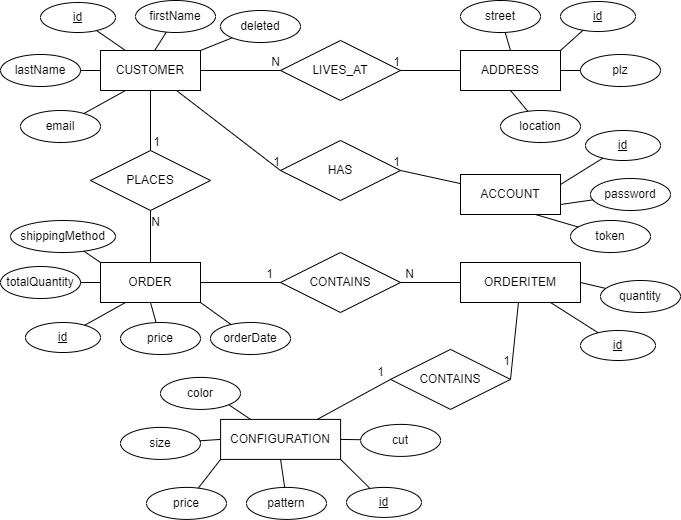
Earlier version of the draw.io export docs/diagrams/ER-Modell.png (mkfhnw/ShirtCreator). Source tidied: cells renumbered, new cells last; positions are measured from the earlier drawing's top-left corner, leaving out a move shared by most shapes. Its diagram source:
```xml
<mxGraphModel>
  <root>
    <mxCell id="0" />
    <mxCell id="1" parent="0" />
    <mxCell id="2" value="CUSTOMER" style="whiteSpace=wrap;html=1;align=center;" parent="1" vertex="1">
      <mxGeometry x="100" y="50" width="100" height="40" as="geometry" />
    </mxCell>
    <mxCell id="3" value="ORDER" style="whiteSpace=wrap;html=1;align=center;" parent="1" vertex="1">
      <mxGeometry x="100" y="262" width="100" height="40" as="geometry" />
    </mxCell>
    <mxCell id="4" value="CONFIGURATION" style="whiteSpace=wrap;html=1;align=center;" parent="1" vertex="1">
      <mxGeometry x="220.1" y="418.9" width="120" height="40" as="geometry" />
    </mxCell>
    <mxCell id="5" value="ADDRESS" style="whiteSpace=wrap;html=1;align=center;" parent="1" vertex="1">
      <mxGeometry x="460" y="50" width="100" height="40" as="geometry" />
    </mxCell>
    <mxCell id="6" value="id" style="ellipse;whiteSpace=wrap;html=1;align=center;fontStyle=4;" parent="1" vertex="1">
      <mxGeometry x="40" y="2" width="75" height="30" as="geometry" />
    </mxCell>
    <mxCell id="7" value="id" style="ellipse;whiteSpace=wrap;html=1;align=center;fontStyle=4;" parent="1" vertex="1">
      <mxGeometry x="25" y="322" width="75" height="30" as="geometry" />
    </mxCell>
    <mxCell id="8" value="id" style="ellipse;whiteSpace=wrap;html=1;align=center;fontStyle=4;" parent="1" vertex="1">
      <mxGeometry x="346" y="486.9" width="75" height="30" as="geometry" />
    </mxCell>
    <mxCell id="9" value="id" style="ellipse;whiteSpace=wrap;html=1;align=center;fontStyle=4;" parent="1" vertex="1">
      <mxGeometry x="560" y="1" width="75" height="30" as="geometry" />
    </mxCell>
    <mxCell id="10" value="street" style="ellipse;whiteSpace=wrap;html=1;align=center;" parent="1" vertex="1">
      <mxGeometry x="460" width="80" height="32" as="geometry" />
    </mxCell>
    <mxCell id="11" value="plz" style="ellipse;whiteSpace=wrap;html=1;align=center;" parent="1" vertex="1">
      <mxGeometry x="580" y="54" width="80" height="32" as="geometry" />
    </mxCell>
    <mxCell id="12" value="location" style="ellipse;whiteSpace=wrap;html=1;align=center;" parent="1" vertex="1">
      <mxGeometry x="500" y="110" width="80" height="32" as="geometry" />
    </mxCell>
    <mxCell id="13" value="firstName" style="ellipse;whiteSpace=wrap;html=1;align=center;" parent="1" vertex="1">
      <mxGeometry x="135" width="80" height="32" as="geometry" />
    </mxCell>
    <mxCell id="14" value="lastName" style="ellipse;whiteSpace=wrap;html=1;align=center;" parent="1" vertex="1">
      <mxGeometry y="54" width="80" height="32" as="geometry" />
    </mxCell>
    <mxCell id="15" value="email" style="ellipse;whiteSpace=wrap;html=1;align=center;" parent="1" vertex="1">
      <mxGeometry x="20" y="110" width="80" height="32" as="geometry" />
    </mxCell>
    <mxCell id="16" value="deleted" style="ellipse;whiteSpace=wrap;html=1;align=center;" parent="1" vertex="1">
      <mxGeometry x="220" y="10" width="80" height="32" as="geometry" />
    </mxCell>
    <mxCell id="17" value="cut" style="ellipse;whiteSpace=wrap;html=1;align=center;" parent="1" vertex="1">
      <mxGeometry x="360.1" y="423.9" width="80" height="32" as="geometry" />
    </mxCell>
    <mxCell id="18" value="color" style="ellipse;whiteSpace=wrap;html=1;align=center;" parent="1" vertex="1">
      <mxGeometry x="160" y="376.9" width="80" height="32" as="geometry" />
    </mxCell>
    <mxCell id="19" value="size" style="ellipse;whiteSpace=wrap;html=1;align=center;" parent="1" vertex="1">
      <mxGeometry x="120" y="426.9" width="80" height="32" as="geometry" />
    </mxCell>
    <mxCell id="20" value="pattern" style="ellipse;whiteSpace=wrap;html=1;align=center;" parent="1" vertex="1">
      <mxGeometry x="246" y="486.9" width="80" height="32" as="geometry" />
    </mxCell>
    <mxCell id="21" value="price" style="ellipse;whiteSpace=wrap;html=1;align=center;" parent="1" vertex="1">
      <mxGeometry x="146" y="486.9" width="80" height="32" as="geometry" />
    </mxCell>
    <mxCell id="22" value="totalQuantity" style="ellipse;whiteSpace=wrap;html=1;align=center;" parent="1" vertex="1">
      <mxGeometry y="266" width="80" height="32" as="geometry" />
    </mxCell>
    <mxCell id="23" value="shippingMethod" style="ellipse;whiteSpace=wrap;html=1;align=center;" parent="1" vertex="1">
      <mxGeometry x="10" y="220" width="105" height="32" as="geometry" />
    </mxCell>
    <mxCell id="24" value="price" style="ellipse;whiteSpace=wrap;html=1;align=center;" parent="1" vertex="1">
      <mxGeometry x="120" y="322" width="80" height="32" as="geometry" />
    </mxCell>
    <mxCell id="25" style="endArrow=none;html=1;rounded=0;entryX=0;entryY=0;entryDx=0;entryDy=0;" parent="1" edge="1" source="23" target="3">
      <mxGeometry relative="1" as="geometry" />
    </mxCell>
    <mxCell id="26" style="endArrow=none;html=1;rounded=0;entryX=0;entryY=0.5;entryDx=0;entryDy=0;" parent="1" edge="1" source="22" target="3">
      <mxGeometry relative="1" as="geometry" />
    </mxCell>
    <mxCell id="27" style="endArrow=none;html=1;rounded=0;entryX=0.25;entryY=1;entryDx=0;entryDy=0;" parent="1" edge="1" source="7" target="3">
      <mxGeometry relative="1" as="geometry" />
    </mxCell>
    <mxCell id="28" style="endArrow=none;html=1;rounded=0;entryX=0.5;entryY=1;entryDx=0;entryDy=0;" parent="1" edge="1" source="24" target="3">
      <mxGeometry relative="1" as="geometry" />
    </mxCell>
    <mxCell id="29" style="endArrow=none;html=1;rounded=0;entryX=0.25;entryY=0;entryDx=0;entryDy=0;" parent="1" edge="1" source="6" target="2">
      <mxGeometry relative="1" as="geometry" />
    </mxCell>
    <mxCell id="30" style="endArrow=none;html=1;rounded=0;entryX=0;entryY=0.5;entryDx=0;entryDy=0;" parent="1" edge="1" source="14" target="2">
      <mxGeometry relative="1" as="geometry" />
    </mxCell>
    <mxCell id="31" style="endArrow=none;html=1;rounded=0;entryX=0.25;entryY=1;entryDx=0;entryDy=0;" parent="1" edge="1" source="15" target="2">
      <mxGeometry relative="1" as="geometry" />
    </mxCell>
    <mxCell id="32" style="endArrow=none;html=1;rounded=0;entryX=0.541;entryY=0.004;entryDx=0;entryDy=0;entryPerimeter=0;" parent="1" edge="1" source="13" target="2">
      <mxGeometry relative="1" as="geometry" />
    </mxCell>
    <mxCell id="33" style="endArrow=none;html=1;rounded=0;entryX=1;entryY=0;entryDx=0;entryDy=0;" parent="1" edge="1" source="16" target="2">
      <mxGeometry relative="1" as="geometry" />
    </mxCell>
    <mxCell id="34" style="endArrow=none;html=1;rounded=0;entryX=0.5;entryY=0;entryDx=0;entryDy=0;" parent="1" edge="1" source="10" target="5">
      <mxGeometry relative="1" as="geometry" />
    </mxCell>
    <mxCell id="35" style="endArrow=none;html=1;rounded=0;entryX=1;entryY=0;entryDx=0;entryDy=0;" parent="1" edge="1" source="9" target="5">
      <mxGeometry relative="1" as="geometry" />
    </mxCell>
    <mxCell id="36" style="endArrow=none;html=1;rounded=0;entryX=1;entryY=0.5;entryDx=0;entryDy=0;" parent="1" edge="1" source="11" target="5">
      <mxGeometry relative="1" as="geometry" />
    </mxCell>
    <mxCell id="37" style="endArrow=none;html=1;rounded=0;entryX=0.5;entryY=1;entryDx=0;entryDy=0;" parent="1" edge="1" source="12" target="5">
      <mxGeometry relative="1" as="geometry" />
    </mxCell>
    <mxCell id="38" style="endArrow=none;html=1;rounded=0;entryX=0;entryY=0.5;entryDx=0;entryDy=0;" parent="1" edge="1" source="19" target="4">
      <mxGeometry relative="1" as="geometry" />
    </mxCell>
    <mxCell id="39" style="endArrow=none;html=1;rounded=0;entryX=0.25;entryY=0;entryDx=0;entryDy=0;exitX=1;exitY=1;exitDx=0;exitDy=0;" parent="1" edge="1" source="18" target="4">
      <mxGeometry relative="1" as="geometry" />
    </mxCell>
    <mxCell id="40" style="endArrow=none;html=1;rounded=0;entryX=1;entryY=0.5;entryDx=0;entryDy=0;" parent="1" edge="1" source="17" target="4">
      <mxGeometry relative="1" as="geometry" />
    </mxCell>
    <mxCell id="41" style="endArrow=none;html=1;rounded=0;entryX=1;entryY=1;entryDx=0;entryDy=0;" parent="1" edge="1" source="8" target="4">
      <mxGeometry relative="1" as="geometry" />
    </mxCell>
    <mxCell id="42" style="endArrow=none;html=1;rounded=0;entryX=0.5;entryY=1;entryDx=0;entryDy=0;" parent="1" edge="1" source="20" target="4">
      <mxGeometry relative="1" as="geometry" />
    </mxCell>
    <mxCell id="43" style="endArrow=none;html=1;rounded=0;entryX=0;entryY=1;entryDx=0;entryDy=0;" parent="1" edge="1" source="21" target="4">
      <mxGeometry relative="1" as="geometry" />
    </mxCell>
    <mxCell id="44" value="LIVES_AT" style="shape=rhombus;perimeter=rhombusPerimeter;whiteSpace=wrap;html=1;align=center;" parent="1" vertex="1">
      <mxGeometry x="280" y="40" width="120" height="60" as="geometry" />
    </mxCell>
    <mxCell id="45" value="PLACES" style="shape=rhombus;perimeter=rhombusPerimeter;whiteSpace=wrap;html=1;align=center;" parent="1" vertex="1">
      <mxGeometry x="90" y="150" width="120" height="60" as="geometry" />
    </mxCell>
    <mxCell id="46" value="CONTAINS" style="shape=rhombus;perimeter=rhombusPerimeter;whiteSpace=wrap;html=1;align=center;" parent="1" vertex="1">
      <mxGeometry x="280" y="252" width="120" height="60" as="geometry" />
    </mxCell>
    <mxCell id="47" style="endArrow=none;html=1;rounded=0;entryX=0;entryY=0.5;entryDx=0;entryDy=0;" parent="1" edge="1" source="2" target="44">
      <mxGeometry relative="1" as="geometry" />
    </mxCell>
    <mxCell id="48" value="N" style="html=1;align=right;verticalAlign=bottom;" parent="47" vertex="1">
      <mxGeometry x="1" relative="1" as="geometry" />
    </mxCell>
    <mxCell id="49" style="endArrow=none;html=1;rounded=0;entryX=1;entryY=0.5;entryDx=0;entryDy=0;" parent="1" edge="1" source="5" target="44">
      <mxGeometry relative="1" as="geometry" />
    </mxCell>
    <mxCell id="50" value="1" style="html=1;align=right;verticalAlign=bottom;" parent="49" vertex="1">
      <mxGeometry x="1" relative="1" as="geometry" />
    </mxCell>
    <mxCell id="51" style="endArrow=none;html=1;rounded=0;entryX=0.5;entryY=1;entryDx=0;entryDy=0;exitX=0.5;exitY=0;exitDx=0;exitDy=0;" parent="1" edge="1" source="3" target="45">
      <mxGeometry relative="1" as="geometry" />
    </mxCell>
    <mxCell id="52" value="N" style="html=1;align=right;verticalAlign=bottom;" parent="51" vertex="1">
      <mxGeometry x="1" relative="1" as="geometry">
        <mxPoint x="10" y="20" as="offset" />
      </mxGeometry>
    </mxCell>
    <mxCell id="53" style="endArrow=none;html=1;rounded=0;entryX=0.5;entryY=0;entryDx=0;entryDy=0;" parent="1" edge="1" source="2" target="45">
      <mxGeometry relative="1" as="geometry" />
    </mxCell>
    <mxCell id="54" value="1" style="html=1;align=right;verticalAlign=bottom;" parent="53" vertex="1">
      <mxGeometry x="1" relative="1" as="geometry">
        <mxPoint x="10" as="offset" />
      </mxGeometry>
    </mxCell>
    <mxCell id="55" value="orderDate" style="ellipse;whiteSpace=wrap;html=1;align=center;" parent="1" vertex="1">
      <mxGeometry x="210" y="322" width="80" height="32" as="geometry" />
    </mxCell>
    <mxCell id="56" style="endArrow=none;html=1;rounded=0;entryX=1;entryY=1;entryDx=0;entryDy=0;" parent="1" edge="1" source="55" target="3">
      <mxGeometry relative="1" as="geometry" />
    </mxCell>
    <mxCell id="57" value="ORDERITEM" style="whiteSpace=wrap;html=1;align=center;" parent="1" vertex="1">
      <mxGeometry x="460" y="262" width="120" height="40" as="geometry" />
    </mxCell>
    <mxCell id="58" value="id" style="ellipse;whiteSpace=wrap;html=1;align=center;fontStyle=4;" parent="1" vertex="1">
      <mxGeometry x="580" y="330" width="75" height="30" as="geometry" />
    </mxCell>
    <mxCell id="59" style="endArrow=none;html=1;rounded=0;entryX=0.75;entryY=1;entryDx=0;entryDy=0;" parent="1" edge="1" source="58" target="57">
      <mxGeometry relative="1" as="geometry" />
    </mxCell>
    <mxCell id="60" value="quantity" style="ellipse;whiteSpace=wrap;html=1;align=center;" parent="1" vertex="1">
      <mxGeometry x="600" y="280" width="80" height="32" as="geometry" />
    </mxCell>
    <mxCell id="61" style="endArrow=none;html=1;rounded=0;entryX=1;entryY=0.5;entryDx=0;entryDy=0;" parent="1" edge="1" source="60" target="57">
      <mxGeometry relative="1" as="geometry" />
    </mxCell>
    <mxCell id="62" style="endArrow=none;html=1;rounded=0;entryX=0;entryY=0.5;entryDx=0;entryDy=0;exitX=1;exitY=0.5;exitDx=0;exitDy=0;" parent="1" edge="1" source="3" target="46">
      <mxGeometry relative="1" as="geometry" />
    </mxCell>
    <mxCell id="63" value="1" style="html=1;align=right;verticalAlign=bottom;" parent="62" vertex="1">
      <mxGeometry x="1" relative="1" as="geometry">
        <mxPoint x="-7" as="offset" />
      </mxGeometry>
    </mxCell>
    <mxCell id="64" style="endArrow=none;html=1;rounded=0;entryX=1;entryY=0.5;entryDx=0;entryDy=0;" parent="1" edge="1" source="57" target="46">
      <mxGeometry relative="1" as="geometry" />
    </mxCell>
    <mxCell id="65" value="N" style="html=1;align=right;verticalAlign=bottom;" parent="64" vertex="1">
      <mxGeometry x="1" relative="1" as="geometry">
        <mxPoint x="14" as="offset" />
      </mxGeometry>
    </mxCell>
    <mxCell id="66" value="CONTAINS" style="shape=rhombus;perimeter=rhombusPerimeter;whiteSpace=wrap;html=1;align=center;" parent="1" vertex="1">
      <mxGeometry x="390" y="348.9" width="120" height="60" as="geometry" />
    </mxCell>
    <mxCell id="67" style="endArrow=none;html=1;rounded=0;entryX=1;entryY=0.5;entryDx=0;entryDy=0;" parent="1" edge="1" source="57" target="66">
      <mxGeometry relative="1" as="geometry" />
    </mxCell>
    <mxCell id="68" value="1" style="html=1;align=right;verticalAlign=bottom;" parent="67" vertex="1">
      <mxGeometry x="1" relative="1" as="geometry">
        <mxPoint y="-10" as="offset" />
      </mxGeometry>
    </mxCell>
    <mxCell id="69" style="endArrow=none;html=1;rounded=0;entryX=0;entryY=0.5;entryDx=0;entryDy=0;" parent="1" edge="1" source="4" target="66">
      <mxGeometry relative="1" as="geometry" />
    </mxCell>
    <mxCell id="70" value="1" style="html=1;align=right;verticalAlign=bottom;" parent="69" vertex="1">
      <mxGeometry x="1" relative="1" as="geometry">
        <mxPoint x="-6" y="1" as="offset" />
      </mxGeometry>
    </mxCell>
    <mxCell id="71" value="ACCOUNT" style="whiteSpace=wrap;html=1;align=center;" parent="1" vertex="1">
      <mxGeometry x="460" y="174" width="100" height="40" as="geometry" />
    </mxCell>
    <mxCell id="72" value="id" style="ellipse;whiteSpace=wrap;html=1;align=center;fontStyle=4;" parent="1" vertex="1">
      <mxGeometry x="585" y="130" width="75" height="30" as="geometry" />
    </mxCell>
    <mxCell id="73" value="password" style="ellipse;whiteSpace=wrap;html=1;align=center;" parent="1" vertex="1">
      <mxGeometry x="590" y="178" width="80" height="32" as="geometry" />
    </mxCell>
    <mxCell id="74" value="HAS" style="shape=rhombus;perimeter=rhombusPerimeter;whiteSpace=wrap;html=1;align=center;" parent="1" vertex="1">
      <mxGeometry x="280" y="140" width="120" height="60" as="geometry" />
    </mxCell>
    <mxCell id="75" style="endArrow=none;html=1;rounded=0;entryX=1;entryY=0.25;entryDx=0;entryDy=0;" parent="1" edge="1" source="72" target="71">
      <mxGeometry relative="1" as="geometry" />
    </mxCell>
    <mxCell id="76" style="endArrow=none;html=1;rounded=0;entryX=1;entryY=0.75;entryDx=0;entryDy=0;" parent="1" edge="1" source="73" target="71">
      <mxGeometry relative="1" as="geometry" />
    </mxCell>
    <mxCell id="77" style="endArrow=none;html=1;rounded=0;entryX=1;entryY=0.5;entryDx=0;entryDy=0;" parent="1" edge="1" source="71" target="74">
      <mxGeometry relative="1" as="geometry" />
    </mxCell>
    <mxCell id="78" value="1" style="html=1;align=right;verticalAlign=bottom;" parent="77" vertex="1">
      <mxGeometry x="1" relative="1" as="geometry" />
    </mxCell>
    <mxCell id="79" style="endArrow=none;html=1;rounded=0;entryX=0;entryY=0.5;entryDx=0;entryDy=0;" parent="1" edge="1" source="2" target="74">
      <mxGeometry relative="1" as="geometry" />
    </mxCell>
    <mxCell id="80" value="1" style="html=1;align=right;verticalAlign=bottom;" parent="79" vertex="1">
      <mxGeometry x="1" relative="1" as="geometry" />
    </mxCell>
    <mxCell id="81" value="token" style="ellipse;whiteSpace=wrap;html=1;align=center;" parent="1" vertex="1">
      <mxGeometry x="570" y="220" width="80" height="32" as="geometry" />
    </mxCell>
    <mxCell id="82" style="endArrow=none;html=1;rounded=0;entryX=0.75;entryY=1;entryDx=0;entryDy=0;" parent="1" edge="1" source="81" target="71">
      <mxGeometry relative="1" as="geometry" />
    </mxCell>
  </root>
</mxGraphModel>
```
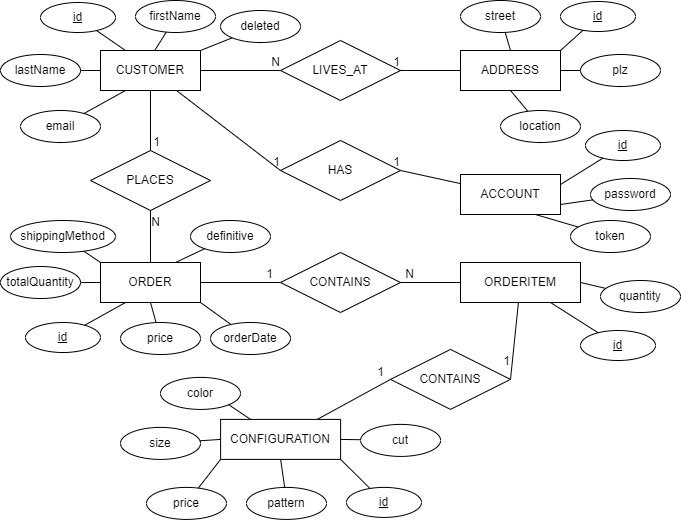
Above is the later version.

Commit message:
Updated README with details for new Order attribute "definitive", fixed bug for relation between Account and Customer

The edit, as a diff of the source:
```diff
@@ -1,4 +1,4 @@
-<mxGraphModel>
+<mxGraphModel background="#FFFFFF">
   <root>
     <mxCell id="0" />
     <mxCell id="1" parent="0" />
@@ -257,5 +257,11 @@
     <mxCell id="82" style="endArrow=none;html=1;rounded=0;entryX=0.75;entryY=1;entryDx=0;entryDy=0;" parent="1" edge="1" source="81" target="71">
       <mxGeometry relative="1" as="geometry" />
     </mxCell>
+    <mxCell id="83" value="definitive" style="ellipse;whiteSpace=wrap;html=1;align=center;" parent="1" vertex="1">
+      <mxGeometry x="190" y="220" width="80" height="32" as="geometry" />
+    </mxCell>
+    <mxCell id="84" style="endArrow=none;html=1;rounded=0;entryX=0.75;entryY=0;entryDx=0;entryDy=0;" parent="1" edge="1" source="83" target="3">
+      <mxGeometry relative="1" as="geometry" />
+    </mxCell>
   </root>
 </mxGraphModel>
```
